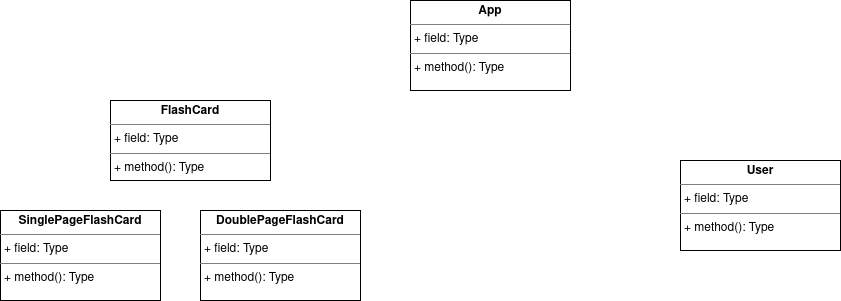
andrw04/oop-project-2023 keeps this draw.io diagram as ProjectClassDiagram.drawio.png. Above is the earlier version. Source tidied: cells renumbered, new cells last; positions are measured from the earlier drawing's top-left corner, leaving out a move shared by most shapes. Source of this version:
```xml
<mxGraphModel background="#FFFFFF">
  <root>
    <mxCell id="0" />
    <mxCell id="1" parent="0" />
    <mxCell id="2" value="&lt;p style=&quot;margin:0px;margin-top:4px;text-align:center;&quot;&gt;&lt;b&gt;FlashCard&lt;/b&gt;&lt;br&gt;&lt;/p&gt;&lt;hr size=&quot;1&quot;&gt;&lt;p style=&quot;margin:0px;margin-left:4px;&quot;&gt;+ field: Type&lt;/p&gt;&lt;hr size=&quot;1&quot;&gt;&lt;p style=&quot;margin:0px;margin-left:4px;&quot;&gt;+ method(): Type&lt;/p&gt;" style="verticalAlign=top;align=left;overflow=fill;fontSize=12;fontFamily=Helvetica;html=1;whiteSpace=wrap;" parent="1" vertex="1">
      <mxGeometry x="110" y="100" width="160" height="80" as="geometry" />
    </mxCell>
    <mxCell id="3" value="&lt;p style=&quot;margin:0px;margin-top:4px;text-align:center;&quot;&gt;&lt;b&gt;SinglePageFlashCard&lt;/b&gt;&lt;br&gt;&lt;/p&gt;&lt;hr size=&quot;1&quot;&gt;&lt;p style=&quot;margin:0px;margin-left:4px;&quot;&gt;+ field: Type&lt;/p&gt;&lt;hr size=&quot;1&quot;&gt;&lt;p style=&quot;margin:0px;margin-left:4px;&quot;&gt;+ method(): Type&lt;/p&gt;" style="verticalAlign=top;align=left;overflow=fill;fontSize=12;fontFamily=Helvetica;html=1;whiteSpace=wrap;" parent="1" vertex="1">
      <mxGeometry y="210" width="160" height="90" as="geometry" />
    </mxCell>
    <mxCell id="4" value="&lt;p style=&quot;margin:0px;margin-top:4px;text-align:center;&quot;&gt;&lt;b&gt;DoublePageFlashCard&lt;/b&gt;&lt;br&gt;&lt;/p&gt;&lt;hr size=&quot;1&quot;&gt;&lt;p style=&quot;margin:0px;margin-left:4px;&quot;&gt;+ field: Type&lt;/p&gt;&lt;hr size=&quot;1&quot;&gt;&lt;p style=&quot;margin:0px;margin-left:4px;&quot;&gt;+ method(): Type&lt;/p&gt;" style="verticalAlign=top;align=left;overflow=fill;fontSize=12;fontFamily=Helvetica;html=1;whiteSpace=wrap;" parent="1" vertex="1">
      <mxGeometry x="200" y="210" width="160" height="90" as="geometry" />
    </mxCell>
    <mxCell id="5" value="&lt;p style=&quot;margin:0px;margin-top:4px;text-align:center;&quot;&gt;&lt;b&gt;User&lt;/b&gt;&lt;br&gt;&lt;/p&gt;&lt;hr size=&quot;1&quot;&gt;&lt;p style=&quot;margin:0px;margin-left:4px;&quot;&gt;+ field: Type&lt;/p&gt;&lt;hr size=&quot;1&quot;&gt;&lt;p style=&quot;margin:0px;margin-left:4px;&quot;&gt;+ method(): Type&lt;/p&gt;" style="verticalAlign=top;align=left;overflow=fill;fontSize=12;fontFamily=Helvetica;html=1;whiteSpace=wrap;" parent="1" vertex="1">
      <mxGeometry x="680" y="160" width="160" height="90" as="geometry" />
    </mxCell>
    <mxCell id="6" value="&lt;p style=&quot;margin:0px;margin-top:4px;text-align:center;&quot;&gt;&lt;b&gt;App&lt;/b&gt;&lt;br&gt;&lt;/p&gt;&lt;hr size=&quot;1&quot;&gt;&lt;p style=&quot;margin:0px;margin-left:4px;&quot;&gt;+ field: Type&lt;/p&gt;&lt;hr size=&quot;1&quot;&gt;&lt;p style=&quot;margin:0px;margin-left:4px;&quot;&gt;+ method(): Type&lt;/p&gt;" style="verticalAlign=top;align=left;overflow=fill;fontSize=12;fontFamily=Helvetica;html=1;whiteSpace=wrap;" parent="1" vertex="1">
      <mxGeometry x="410" width="160" height="90" as="geometry" />
    </mxCell>
  </root>
</mxGraphModel>
```
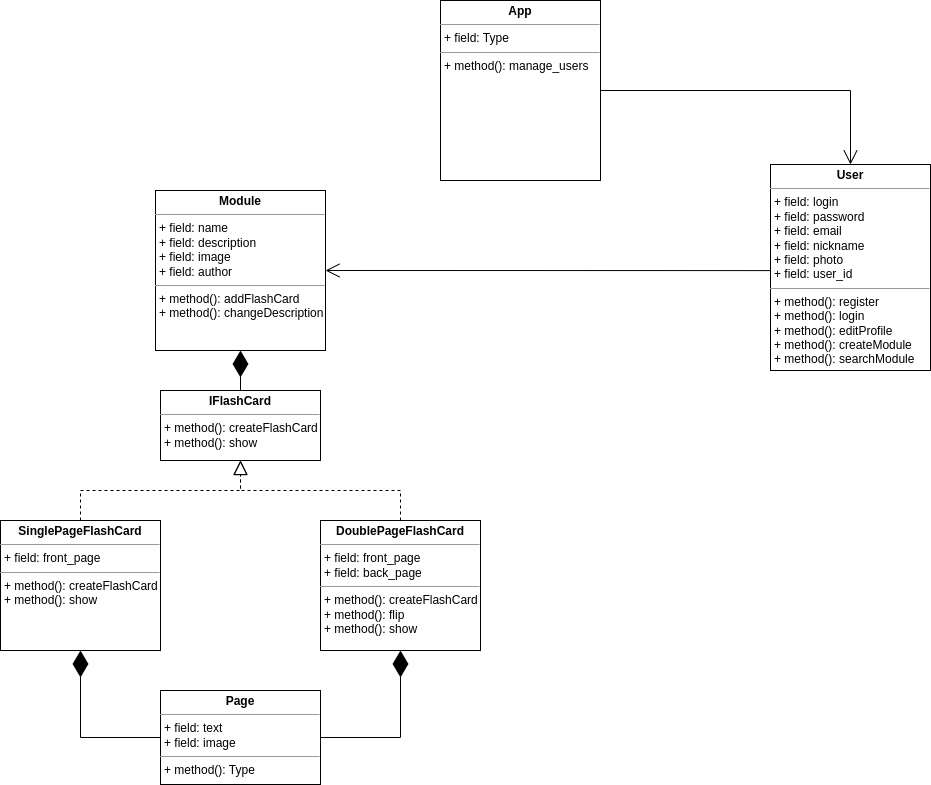
The same diagram one commit later.

Commit message:
Added class diagram

Diff of the diagram source:
```diff
@@ -2,20 +2,69 @@
   <root>
     <mxCell id="0" />
     <mxCell id="1" parent="0" />
-    <mxCell id="2" value="&lt;p style=&quot;margin:0px;margin-top:4px;text-align:center;&quot;&gt;&lt;b&gt;FlashCard&lt;/b&gt;&lt;br&gt;&lt;/p&gt;&lt;hr size=&quot;1&quot;&gt;&lt;p style=&quot;margin:0px;margin-left:4px;&quot;&gt;+ field: Type&lt;/p&gt;&lt;hr size=&quot;1&quot;&gt;&lt;p style=&quot;margin:0px;margin-left:4px;&quot;&gt;+ method(): Type&lt;/p&gt;" style="verticalAlign=top;align=left;overflow=fill;fontSize=12;fontFamily=Helvetica;html=1;whiteSpace=wrap;" parent="1" vertex="1">
-      <mxGeometry x="110" y="100" width="160" height="80" as="geometry" />
+    <mxCell id="2" value="&lt;p style=&quot;margin:0px;margin-top:4px;text-align:center;&quot;&gt;&lt;b&gt;IFlashCard&lt;/b&gt;&lt;/p&gt;&lt;hr size=&quot;1&quot;&gt;&lt;p style=&quot;margin:0px;margin-left:4px;&quot;&gt;+ method(): createFlashCard&lt;/p&gt;&lt;p style=&quot;margin:0px;margin-left:4px;&quot;&gt;+ method(): show&lt;/p&gt;" style="verticalAlign=top;align=left;overflow=fill;fontSize=12;fontFamily=Helvetica;html=1;whiteSpace=wrap;" parent="1" vertex="1">
+      <mxGeometry x="230" y="370" width="160" height="70" as="geometry" />
     </mxCell>
-    <mxCell id="3" value="&lt;p style=&quot;margin:0px;margin-top:4px;text-align:center;&quot;&gt;&lt;b&gt;SinglePageFlashCard&lt;/b&gt;&lt;br&gt;&lt;/p&gt;&lt;hr size=&quot;1&quot;&gt;&lt;p style=&quot;margin:0px;margin-left:4px;&quot;&gt;+ field: Type&lt;/p&gt;&lt;hr size=&quot;1&quot;&gt;&lt;p style=&quot;margin:0px;margin-left:4px;&quot;&gt;+ method(): Type&lt;/p&gt;" style="verticalAlign=top;align=left;overflow=fill;fontSize=12;fontFamily=Helvetica;html=1;whiteSpace=wrap;" parent="1" vertex="1">
-      <mxGeometry y="210" width="160" height="90" as="geometry" />
+    <mxCell id="3" value="&lt;p style=&quot;margin:0px;margin-top:4px;text-align:center;&quot;&gt;&lt;b&gt;SinglePageFlashCard&lt;/b&gt;&lt;br&gt;&lt;/p&gt;&lt;hr size=&quot;1&quot;&gt;&lt;p style=&quot;margin:0px;margin-left:4px;&quot;&gt;+ field: front_page&lt;/p&gt;&lt;hr size=&quot;1&quot;&gt;&lt;p style=&quot;margin:0px;margin-left:4px;&quot;&gt;+ method(): createFlashCard&lt;/p&gt;&lt;p style=&quot;margin:0px;margin-left:4px;&quot;&gt;+ method(): show&lt;/p&gt;" style="verticalAlign=top;align=left;overflow=fill;fontSize=12;fontFamily=Helvetica;html=1;whiteSpace=wrap;" parent="1" vertex="1">
+      <mxGeometry x="70" y="500" width="160" height="130" as="geometry" />
     </mxCell>
-    <mxCell id="4" value="&lt;p style=&quot;margin:0px;margin-top:4px;text-align:center;&quot;&gt;&lt;b&gt;DoublePageFlashCard&lt;/b&gt;&lt;br&gt;&lt;/p&gt;&lt;hr size=&quot;1&quot;&gt;&lt;p style=&quot;margin:0px;margin-left:4px;&quot;&gt;+ field: Type&lt;/p&gt;&lt;hr size=&quot;1&quot;&gt;&lt;p style=&quot;margin:0px;margin-left:4px;&quot;&gt;+ method(): Type&lt;/p&gt;" style="verticalAlign=top;align=left;overflow=fill;fontSize=12;fontFamily=Helvetica;html=1;whiteSpace=wrap;" parent="1" vertex="1">
-      <mxGeometry x="200" y="210" width="160" height="90" as="geometry" />
+    <mxCell id="4" value="&lt;p style=&quot;margin:0px;margin-top:4px;text-align:center;&quot;&gt;&lt;b&gt;DoublePageFlashCard&lt;/b&gt;&lt;br&gt;&lt;/p&gt;&lt;hr size=&quot;1&quot;&gt;&lt;p style=&quot;margin:0px;margin-left:4px;&quot;&gt;+ field: front_page&lt;br&gt;+ field: back_page&lt;/p&gt;&lt;hr size=&quot;1&quot;&gt;&lt;p style=&quot;margin:0px;margin-left:4px;&quot;&gt;+ method(): createFlashCard&lt;/p&gt;&lt;p style=&quot;margin:0px;margin-left:4px;&quot;&gt;+ method(): flip&lt;/p&gt;&lt;p style=&quot;margin:0px;margin-left:4px;&quot;&gt;+ method(): show&lt;/p&gt;" style="verticalAlign=top;align=left;overflow=fill;fontSize=12;fontFamily=Helvetica;html=1;whiteSpace=wrap;" parent="1" vertex="1">
+      <mxGeometry x="390" y="500" width="160" height="130" as="geometry" />
     </mxCell>
-    <mxCell id="5" value="&lt;p style=&quot;margin:0px;margin-top:4px;text-align:center;&quot;&gt;&lt;b&gt;User&lt;/b&gt;&lt;br&gt;&lt;/p&gt;&lt;hr size=&quot;1&quot;&gt;&lt;p style=&quot;margin:0px;margin-left:4px;&quot;&gt;+ field: Type&lt;/p&gt;&lt;hr size=&quot;1&quot;&gt;&lt;p style=&quot;margin:0px;margin-left:4px;&quot;&gt;+ method(): Type&lt;/p&gt;" style="verticalAlign=top;align=left;overflow=fill;fontSize=12;fontFamily=Helvetica;html=1;whiteSpace=wrap;" parent="1" vertex="1">
-      <mxGeometry x="680" y="160" width="160" height="90" as="geometry" />
+    <mxCell id="5" value="&lt;p style=&quot;margin:0px;margin-top:4px;text-align:center;&quot;&gt;&lt;b&gt;User&lt;/b&gt;&lt;br&gt;&lt;/p&gt;&lt;hr size=&quot;1&quot;&gt;&lt;p style=&quot;margin:0px;margin-left:4px;&quot;&gt;+ field: login&lt;br&gt;+ field: password&lt;/p&gt;&lt;p style=&quot;margin:0px;margin-left:4px;&quot;&gt;+ field: email&lt;/p&gt;&lt;p style=&quot;margin:0px;margin-left:4px;&quot;&gt;+ field: nickname&lt;/p&gt;&lt;p style=&quot;margin:0px;margin-left:4px;&quot;&gt;+ field: photo&lt;br&gt;+ field: user_id&lt;/p&gt;&lt;hr size=&quot;1&quot;&gt;&lt;p style=&quot;margin:0px;margin-left:4px;&quot;&gt;+ method(): register&lt;/p&gt;&lt;p style=&quot;margin:0px;margin-left:4px;&quot;&gt;+ method(): login&lt;/p&gt;&lt;p style=&quot;margin:0px;margin-left:4px;&quot;&gt;+ method(): editProfile&lt;/p&gt;&lt;p style=&quot;margin:0px;margin-left:4px;&quot;&gt;+ method(): createModule&lt;/p&gt;&lt;p style=&quot;margin:0px;margin-left:4px;&quot;&gt;+ method(): searchModule&lt;/p&gt;" style="verticalAlign=top;align=left;overflow=fill;fontSize=12;fontFamily=Helvetica;html=1;whiteSpace=wrap;" parent="1" vertex="1">
+      <mxGeometry x="840" y="144" width="160" height="206" as="geometry" />
     </mxCell>
-    <mxCell id="6" value="&lt;p style=&quot;margin:0px;margin-top:4px;text-align:center;&quot;&gt;&lt;b&gt;App&lt;/b&gt;&lt;br&gt;&lt;/p&gt;&lt;hr size=&quot;1&quot;&gt;&lt;p style=&quot;margin:0px;margin-left:4px;&quot;&gt;+ field: Type&lt;/p&gt;&lt;hr size=&quot;1&quot;&gt;&lt;p style=&quot;margin:0px;margin-left:4px;&quot;&gt;+ method(): Type&lt;/p&gt;" style="verticalAlign=top;align=left;overflow=fill;fontSize=12;fontFamily=Helvetica;html=1;whiteSpace=wrap;" parent="1" vertex="1">
-      <mxGeometry x="410" width="160" height="90" as="geometry" />
+    <mxCell id="6" value="&lt;p style=&quot;margin:0px;margin-top:4px;text-align:center;&quot;&gt;&lt;b&gt;App&lt;/b&gt;&lt;br&gt;&lt;/p&gt;&lt;hr size=&quot;1&quot;&gt;&lt;p style=&quot;margin:0px;margin-left:4px;&quot;&gt;+ field: Type&lt;/p&gt;&lt;hr size=&quot;1&quot;&gt;&lt;p style=&quot;margin:0px;margin-left:4px;&quot;&gt;+ method(): manage_users&lt;/p&gt;" style="verticalAlign=top;align=left;overflow=fill;fontSize=12;fontFamily=Helvetica;html=1;whiteSpace=wrap;" parent="1" vertex="1">
+      <mxGeometry x="510" y="-20" width="160" height="180" as="geometry" />
     </mxCell>
+    <mxCell id="7" value="&lt;p style=&quot;margin:0px;margin-top:4px;text-align:center;&quot;&gt;&lt;b&gt;Module&lt;/b&gt;&lt;/p&gt;&lt;hr size=&quot;1&quot;&gt;&lt;p style=&quot;margin:0px;margin-left:4px;&quot;&gt;+ field: name&lt;br&gt;+ field: description&lt;/p&gt;&lt;p style=&quot;margin:0px;margin-left:4px;&quot;&gt;+ field: image&lt;/p&gt;&lt;p style=&quot;margin:0px;margin-left:4px;&quot;&gt;+ field: author&lt;/p&gt;&lt;hr size=&quot;1&quot;&gt;&lt;p style=&quot;margin:0px;margin-left:4px;&quot;&gt;+ method(): addFlashCard&lt;/p&gt;&lt;p style=&quot;margin:0px;margin-left:4px;&quot;&gt;+ method(): changeDescription&lt;/p&gt;" style="verticalAlign=top;align=left;overflow=fill;fontSize=12;fontFamily=Helvetica;html=1;whiteSpace=wrap;" parent="1" vertex="1">
+      <mxGeometry x="225" y="170" width="170" height="160" as="geometry" />
+    </mxCell>
+    <mxCell id="8" value="&lt;p style=&quot;margin:0px;margin-top:4px;text-align:center;&quot;&gt;&lt;b&gt;Page&lt;/b&gt;&lt;/p&gt;&lt;hr size=&quot;1&quot;&gt;&lt;p style=&quot;margin:0px;margin-left:4px;&quot;&gt;+ field: text&lt;br&gt;+ field: image&lt;/p&gt;&lt;hr size=&quot;1&quot;&gt;&lt;p style=&quot;margin:0px;margin-left:4px;&quot;&gt;+ method(): Type&lt;/p&gt;" style="verticalAlign=top;align=left;overflow=fill;fontSize=12;fontFamily=Helvetica;html=1;whiteSpace=wrap;" parent="1" vertex="1">
+      <mxGeometry x="230" y="670" width="160" height="94" as="geometry" />
+    </mxCell>
+    <mxCell id="9" style="endArrow=block;dashed=1;endFill=0;endSize=12;html=1;rounded=0;exitX=0.5;exitY=0;exitDx=0;exitDy=0;entryX=0.5;entryY=1;entryDx=0;entryDy=0;" parent="1" edge="1" source="4" target="2">
+      <mxGeometry relative="1" as="geometry">
+        <Array as="points">
+          <mxPoint x="470" y="470" />
+          <mxPoint x="310" y="470" />
+        </Array>
+      </mxGeometry>
+    </mxCell>
+    <mxCell id="10" style="endArrow=block;dashed=1;endFill=0;endSize=12;html=1;rounded=0;exitX=0.5;exitY=0;exitDx=0;exitDy=0;entryX=0.5;entryY=1;entryDx=0;entryDy=0;" parent="1" edge="1" source="3" target="2">
+      <mxGeometry relative="1" as="geometry">
+        <Array as="points">
+          <mxPoint x="150" y="470" />
+          <mxPoint x="310" y="470" />
+        </Array>
+      </mxGeometry>
+    </mxCell>
+    <mxCell id="11" style="endArrow=diamondThin;endFill=1;endSize=24;html=1;rounded=0;exitX=0.5;exitY=0;exitDx=0;exitDy=0;entryX=0.5;entryY=1;entryDx=0;entryDy=0;" parent="1" edge="1" source="2" target="7">
+      <mxGeometry relative="1" as="geometry" />
+    </mxCell>
+    <mxCell id="12" style="endArrow=diamondThin;endFill=1;endSize=24;html=1;rounded=0;exitX=0;exitY=0.5;exitDx=0;exitDy=0;entryX=0.5;entryY=1;entryDx=0;entryDy=0;" parent="1" edge="1" source="8" target="3">
+      <mxGeometry relative="1" as="geometry">
+        <Array as="points">
+          <mxPoint x="150" y="717" />
+        </Array>
+      </mxGeometry>
+    </mxCell>
+    <mxCell id="13" style="endArrow=diamondThin;endFill=1;endSize=24;html=1;rounded=0;entryX=0.5;entryY=1;entryDx=0;entryDy=0;" parent="1" edge="1" source="8" target="4">
+      <mxGeometry relative="1" as="geometry">
+        <Array as="points">
+          <mxPoint x="470" y="717" />
+        </Array>
+      </mxGeometry>
+    </mxCell>
+    <mxCell id="14" style="endArrow=open;endFill=1;endSize=12;html=1;rounded=0;entryX=1;entryY=0.5;entryDx=0;entryDy=0;exitX=0;exitY=0.515;exitDx=0;exitDy=0;exitPerimeter=0;" parent="1" edge="1" source="5" target="7">
+      <mxGeometry relative="1" as="geometry" />
+    </mxCell>
+    <mxCell id="15" style="endArrow=open;endFill=1;endSize=12;html=1;rounded=0;exitX=1;exitY=0.5;exitDx=0;exitDy=0;entryX=0.5;entryY=0;entryDx=0;entryDy=0;" parent="1" edge="1" source="6" target="5">
+      <mxGeometry relative="1" as="geometry">
+        <Array as="points">
+          <mxPoint x="920" y="70" />
+        </Array>
+      </mxGeometry>
+    </mxCell>
   </root>
 </mxGraphModel>
```
